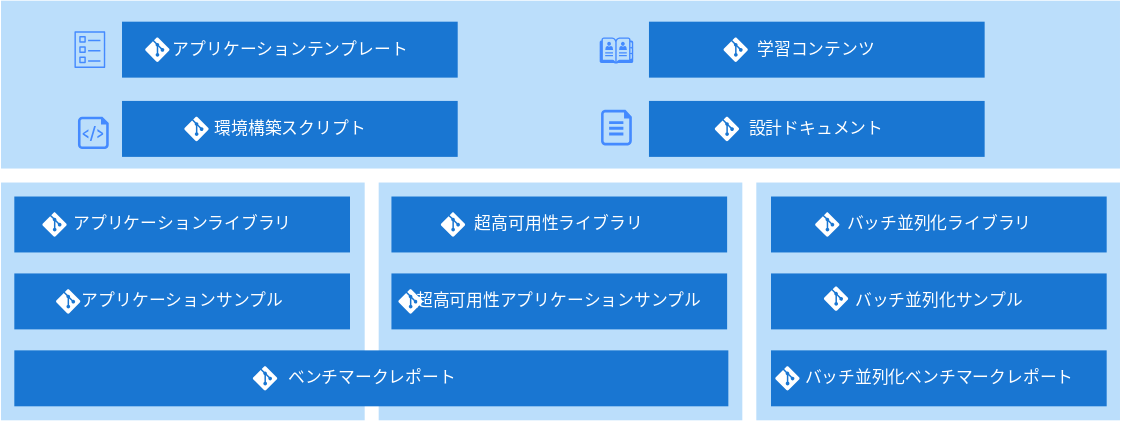
Above: img/lerna_content_list.drawio.svg in lerna-stack/lerna-stack.github.io (draw.io), before the change. Source tidied: cells renumbered, new cells last; positions are measured from the earlier drawing's top-left corner, leaving out a move shared by most shapes.
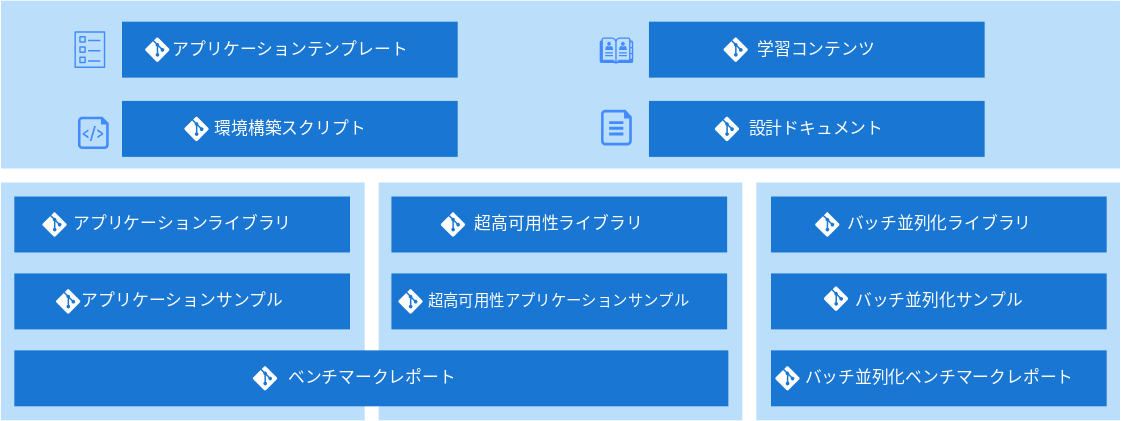
The same diagram one commit later.

Commit message:
add link to lerna-sample-account-app

Change to the diagram source:
```diff
@@ -67,7 +67,7 @@
     <mxCell id="22" value="超高可用性ライブラリ" style="whiteSpace=wrap;html=1;fontColor=#ffffff;strokeColor=none;fillColor=#1976D2;" parent="1" vertex="1">
       <mxGeometry x="279.1" y="140" width="240" height="40" as="geometry" />
     </mxCell>
-    <mxCell id="23" value="　超高可用性アプリケーションサンプル" style="whiteSpace=wrap;html=1;fontColor=#ffffff;strokeColor=none;fillColor=#1976D2;" parent="1" vertex="1">
+    <mxCell id="23" value="&lt;font style=&quot;font-size: 11px&quot;&gt;　超高可用性アプリケーションサンプル&lt;/font&gt;" style="whiteSpace=wrap;html=1;fontColor=#ffffff;strokeColor=none;fillColor=#1976D2;" parent="1" vertex="1">
       <mxGeometry x="279.1" y="195" width="240" height="40" as="geometry" />
     </mxCell>
     <mxCell id="24" style="verticalLabelPosition=bottom;html=1;verticalAlign=top;align=center;strokeColor=none;shape=mxgraph.azure.git_repository;rounded=0;shadow=0;glass=0;sketch=0;fillColor=#FFFFFF;" parent="1" vertex="1">
```
